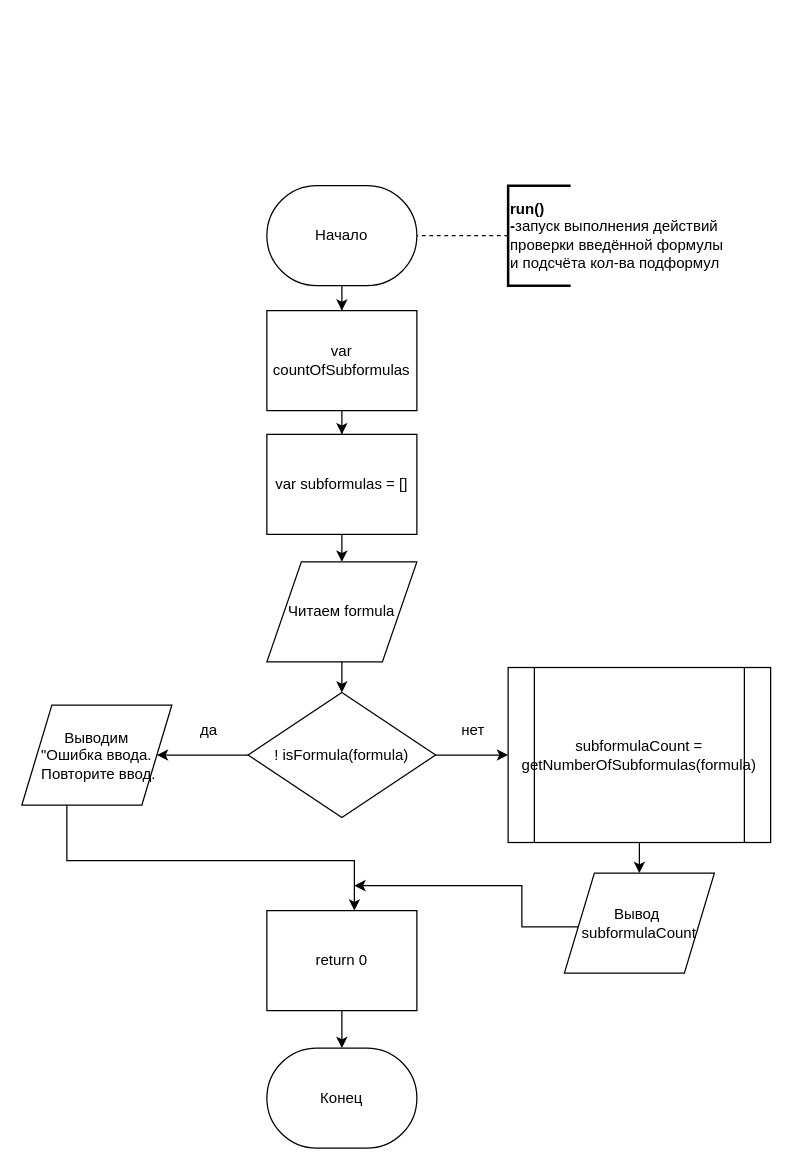
The draw.io diagram LR1/report/run.drawio in Kuzzzya99/LOIS, before the edit. Source tidied: cells renumbered, new cells numbered last; positions are measured from the earlier drawing's top-left corner, leaving out a move shared by most shapes. Both pictures are drawn from the tidied source at 125%, with x=0, y=0 at pixel (21, 185).
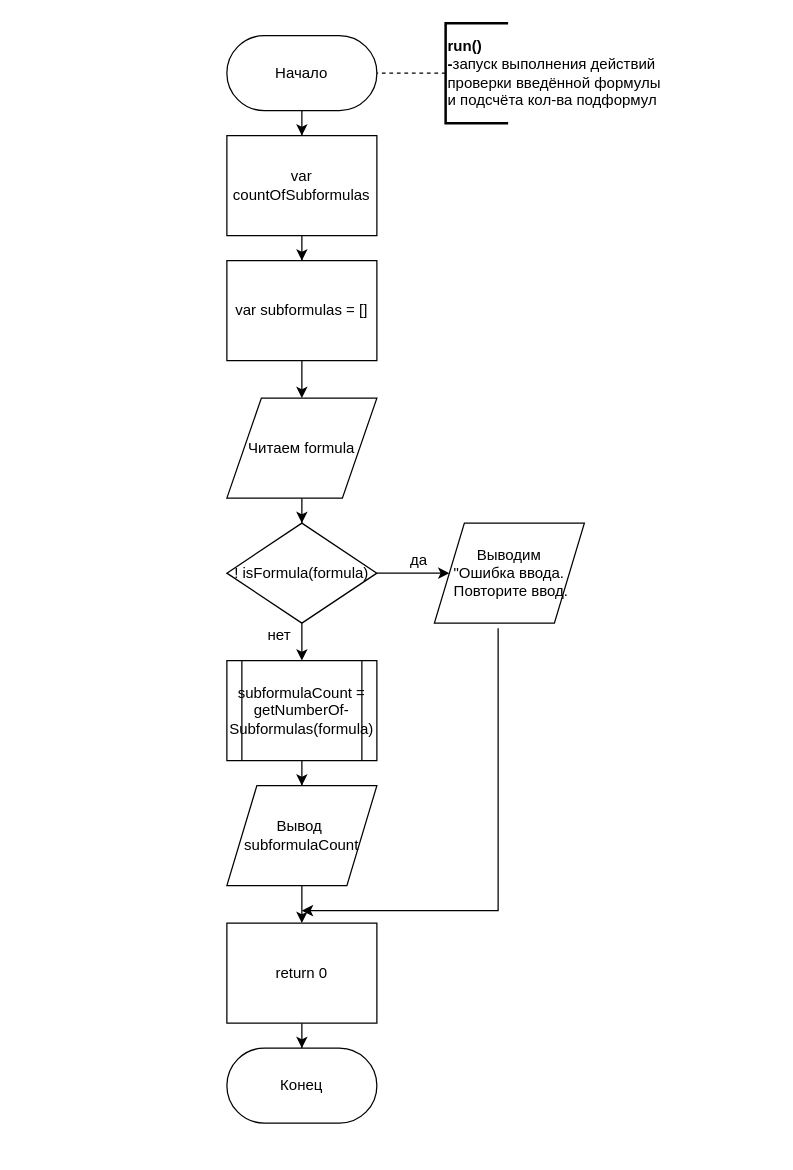
Above is the later version.

Diff of the diagram source:
```diff
@@
+    <mxCell id="3" style="edgeStyle=orthogonalEdgeStyle;rounded=0;jettySize=auto;html=1;endArrow=classic;endFill=1;strokeWidth=1;" parent="1" edge="1" source="4" target="18">
+      <mxGeometry relative="1" as="geometry" />
+    </mxCell>
-    <mxCell id="2" style="edgeStyle=orthogonalEdgeStyle;rounded=0;jettySize=auto;html=1;endArrow=classic;endFill=1;entryX=1;entryY=0.5;entryDx=0;entryDy=0;" parent="1" edge="1" source="4" target="21">
+    <mxCell id="2" style="edgeStyle=orthogonalEdgeStyle;rounded=0;jettySize=auto;html=1;" parent="1" edge="1" source="4" target="21">
       <mxGeometry relative="1" as="geometry" />
     </mxCell>
-    <mxCell id="3" style="edgeStyle=orthogonalEdgeStyle;rounded=0;jettySize=auto;html=1;endArrow=classic;endFill=1;strokeWidth=1;" parent="1" edge="1" source="4" target="18">
-      <mxGeometry relative="1" as="geometry" />
-    </mxCell>
     <mxCell id="4" value="! isFormula(formula)" style="rhombus;whiteSpace=wrap;html=1;fillColor=#ffffff;" parent="1" vertex="1">
-      <mxGeometry x="181" y="405.5" width="150" height="100" as="geometry" />
+      <mxGeometry x="164" y="270" width="120" height="80" as="geometry" />
     </mxCell>
-    <mxCell id="5" style="edgeStyle=orthogonalEdgeStyle;rounded=0;jettySize=auto;html=1;endArrow=classic;endFill=1;strokeWidth=1;" parent="1" edge="1" target="7">
+    <mxCell id="5" style="edgeStyle=orthogonalEdgeStyle;rounded=0;jettySize=auto;html=1;endArrow=classic;endFill=1;strokeWidth=1;exitX=0.425;exitY=1.05;exitDx=0;exitDy=0;exitPerimeter=0;" parent="1" edge="1" source="21">
       <mxGeometry relative="1" as="geometry">
-        <mxPoint x="36" y="455.5" as="sourcePoint" />
+        <mxPoint x="224" y="580" as="targetPoint" />
         <Array as="points">
-          <mxPoint x="36" y="540" />
-          <mxPoint x="266" y="540" />
+          <mxPoint x="381" y="580" />
         </Array>
       </mxGeometry>
     </mxCell>
@@
     <mxCell id="7" value="return 0" style="rounded=0;whiteSpace=wrap;html=1;fillColor=#ffffff;fontFamily=Helvetica;" parent="1" vertex="1">
-      <mxGeometry x="196" y="580" width="120" height="80" as="geometry" />
+      <mxGeometry x="164" y="590" width="120" height="80" as="geometry" />
     </mxCell>
@@
     <mxCell id="9" value="Начало&lt;br&gt;" style="whiteSpace=wrap;html=1;rounded=1;arcSize=50;align=center;verticalAlign=middle;strokeWidth=1;spacing=4;" parent="1" vertex="1">
-      <mxGeometry x="196" width="120" height="80" as="geometry" />
+      <mxGeometry x="164" y="-120" width="120" height="60" as="geometry" />
     </mxCell>
@@
     <mxCell id="12" value="&lt;div style=&quot;text-align: left&quot;&gt;&lt;b&gt;run()&lt;/b&gt;&lt;/div&gt;&lt;b&gt;&lt;div style=&quot;text-align: left&quot;&gt;&lt;b&gt;-&lt;/b&gt;&lt;span style=&quot;font-weight: normal&quot;&gt;запуск выполнения действий&amp;nbsp;&lt;/span&gt;&lt;/div&gt;&lt;div style=&quot;text-align: left&quot;&gt;&lt;span style=&quot;font-weight: normal&quot;&gt;проверки введённой формулы&amp;nbsp;&lt;/span&gt;&lt;/div&gt;&lt;div style=&quot;text-align: left&quot;&gt;&lt;span style=&quot;font-weight: normal&quot;&gt;и подсчёта кол-ва подформул&lt;/span&gt;&lt;/div&gt;&lt;/b&gt;" style="strokeWidth=2;html=1;shape=mxgraph.flowchart.annotation_1;align=left;" parent="1" vertex="1">
-      <mxGeometry x="389" width="50" height="80" as="geometry" />
+      <mxGeometry x="339" y="-130" width="50" height="80" as="geometry" />
     </mxCell>
@@
     <mxCell id="14" value="Читаем formula" style="verticalLabelPosition=middle;verticalAlign=middle;html=1;strokeWidth=1;shape=parallelogram;perimeter=parallelogramPerimeter;whiteSpace=wrap;rounded=0;arcSize=12;size=0.23;horizontal=1;labelPosition=center;align=center;" parent="1" vertex="1">
-      <mxGeometry x="196" y="301" width="120" height="80" as="geometry" />
+      <mxGeometry x="164" y="170" width="120" height="80" as="geometry" />
     </mxCell>
     <mxCell id="15" value="да" style="text;html=1;align=left;verticalAlign=top;spacingTop=-4;" parent="1" vertex="1">
-      <mxGeometry x="141" y="425.5" width="30" height="20" as="geometry" />
+      <mxGeometry x="309" y="290" width="30" height="20" as="geometry" />
     </mxCell>
     <mxCell id="16" value="нет" style="text;html=1;align=left;verticalAlign=top;spacingTop=-4;" parent="1" vertex="1">
-      <mxGeometry x="350" y="425.5" width="30" height="20" as="geometry" />
+      <mxGeometry x="195" y="350" width="30" height="20" as="geometry" />
     </mxCell>
@@
-    <mxCell id="18" value="&lt;div style=&quot;text-align: center&quot;&gt;&lt;span&gt;subformulaCount = getNumberOfSubformulas(formula)&lt;/span&gt;&lt;/div&gt;" style="shape=process;whiteSpace=wrap;html=1;backgroundOutline=1;rounded=0;strokeWidth=1;" parent="1" vertex="1">
-      <mxGeometry x="389" y="385.5" width="210" height="140" as="geometry" />
+    <mxCell id="18" value="&lt;div style=&quot;text-align: center&quot;&gt;&lt;span&gt;subformulaCount = getNumberOf-&lt;br&gt;Subformulas(formula)&lt;/span&gt;&lt;/div&gt;" style="shape=process;whiteSpace=wrap;html=1;backgroundOutline=1;rounded=0;strokeWidth=1;" parent="1" vertex="1">
+      <mxGeometry x="164" y="380" width="120" height="80" as="geometry" />
     </mxCell>
-    <mxCell id="19" style="edgeStyle=orthogonalEdgeStyle;rounded=0;jettySize=auto;html=1;endArrow=classic;endFill=1;strokeWidth=1;" parent="1" edge="1" source="20">
-      <mxGeometry relative="1" as="geometry">
-        <mxPoint x="266" y="560" as="targetPoint" />
-        <Array as="points">
-          <mxPoint x="400" y="593" />
-          <mxPoint x="400" y="560" />
-        </Array>
-      </mxGeometry>
-    </mxCell>
+    <mxCell id="27" style="edgeStyle=orthogonalEdgeStyle;rounded=0;jettySize=auto;html=1;" parent="1" edge="1" source="20" target="7">
+      <mxGeometry relative="1" as="geometry" />
+    </mxCell>
     <mxCell id="20" value="Вывод&amp;nbsp;&lt;br&gt;subformulaCount&lt;br&gt;" style="shape=parallelogram;perimeter=parallelogramPerimeter;whiteSpace=wrap;html=1;rounded=0;strokeWidth=1;" parent="1" vertex="1">
-      <mxGeometry x="434" y="550" width="120" height="80" as="geometry" />
+      <mxGeometry x="164" y="480" width="120" height="80" as="geometry" />
     </mxCell>
     <mxCell id="21" value="Выводим &lt;br&gt;&quot;Ошибка ввода.&lt;br&gt;&amp;nbsp;Повторите ввод." style="shape=parallelogram;perimeter=parallelogramPerimeter;whiteSpace=wrap;html=1;rounded=0;strokeWidth=1;" parent="1" vertex="1">
-      <mxGeometry y="415.5" width="120" height="80" as="geometry" />
+      <mxGeometry x="330" y="270" width="120" height="80" as="geometry" />
     </mxCell>
     <mxCell id="22" value="Конец" style="whiteSpace=wrap;html=1;rounded=1;arcSize=50;align=center;verticalAlign=middle;strokeWidth=1;spacing=4;" parent="1" vertex="1">
-      <mxGeometry x="196" y="690" width="120" height="80" as="geometry" />
+      <mxGeometry x="164" y="690" width="120" height="60" as="geometry" />
     </mxCell>
@@
     <mxCell id="24" value="var countOfSubformulas" style="rounded=0;whiteSpace=wrap;html=1;strokeWidth=1;" parent="1" vertex="1">
-      <mxGeometry x="196" y="100" width="120" height="80" as="geometry" />
+      <mxGeometry x="164" y="-40" width="120" height="80" as="geometry" />
     </mxCell>
     <mxCell id="25" value="&lt;div&gt;var subformulas = []&lt;/div&gt;" style="rounded=0;whiteSpace=wrap;html=1;strokeWidth=1;" parent="1" vertex="1">
-      <mxGeometry x="196" y="199" width="120" height="80" as="geometry" />
+      <mxGeometry x="164" y="60" width="120" height="80" as="geometry" />
     </mxCell>
```
